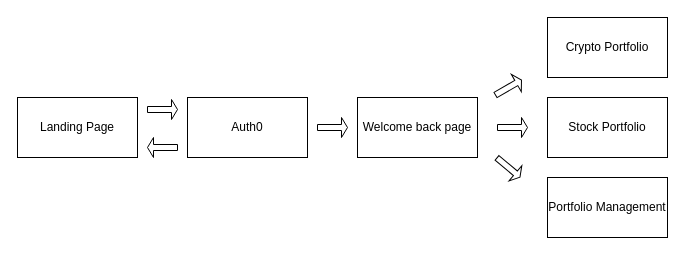
Above: plan/page-structure.drawio in TedPhillips1/portfolio-tracker (draw.io), before the change. Source tidied: cells renumbered, new cells numbered last; positions are measured from the earlier drawing's top-left corner, leaving out a move shared by most shapes. Both pictures are drawn from the tidied source at 100%, with x=0, y=0 at pixel (17, 17).
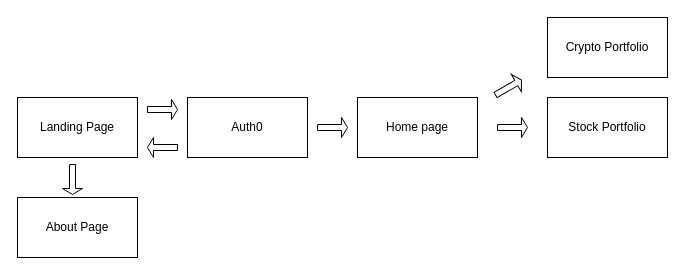
After the change.

Commit message:
page structure updated

The edit, as a diff of the source:
```diff
@@
 <mxGraphModel>
   <root>
     <mxCell id="0" />
     <mxCell id="1" parent="0" />
     <mxCell id="2" value="Landing Page" style="rounded=0;whiteSpace=wrap;html=1;" parent="1" vertex="1">
       <mxGeometry y="80" width="120" height="60" as="geometry" />
     </mxCell>
     <mxCell id="3" style="shape=singleArrow;whiteSpace=wrap;html=1;" parent="1" vertex="1">
       <mxGeometry x="130" y="82" width="30" height="20" as="geometry" />
     </mxCell>
     <mxCell id="4" value="Auth0" style="rounded=0;whiteSpace=wrap;html=1;" parent="1" vertex="1">
       <mxGeometry x="170" y="80" width="120" height="60" as="geometry" />
     </mxCell>
     <mxCell id="5" style="shape=singleArrow;whiteSpace=wrap;html=1;" parent="1" vertex="1">
       <mxGeometry x="300" y="100" width="30" height="20" as="geometry" />
     </mxCell>
     <mxCell id="6" style="shape=singleArrow;whiteSpace=wrap;html=1;rotation=-180;" parent="1" vertex="1">
       <mxGeometry x="130" y="120" width="30" height="20" as="geometry" />
     </mxCell>
-    <mxCell id="7" value="Welcome back page" style="rounded=0;whiteSpace=wrap;html=1;" parent="1" vertex="1">
+    <mxCell id="7" value="Home page" style="rounded=0;whiteSpace=wrap;html=1;" parent="1" vertex="1">
       <mxGeometry x="340" y="80" width="120" height="60" as="geometry" />
     </mxCell>
     <mxCell id="8" value="Crypto Portfolio" style="rounded=0;whiteSpace=wrap;html=1;" parent="1" vertex="1">
       <mxGeometry x="530" width="120" height="60" as="geometry" />
     </mxCell>
     <mxCell id="9" style="shape=singleArrow;whiteSpace=wrap;html=1;rotation=-30;" parent="1" vertex="1">
       <mxGeometry x="476" y="60" width="30" height="20" as="geometry" />
     </mxCell>
     <mxCell id="10" style="shape=singleArrow;whiteSpace=wrap;html=1;" parent="1" vertex="1">
       <mxGeometry x="480" y="100" width="30" height="20" as="geometry" />
     </mxCell>
-    <mxCell id="11" style="shape=singleArrow;whiteSpace=wrap;html=1;rotation=40;" parent="1" vertex="1">
-      <mxGeometry x="476" y="140" width="30" height="20" as="geometry" />
-    </mxCell>
     <mxCell id="12" value="Stock Portfolio" style="rounded=0;whiteSpace=wrap;html=1;" parent="1" vertex="1">
       <mxGeometry x="530" y="80" width="120" height="60" as="geometry" />
     </mxCell>
-    <mxCell id="13" value="Portfolio Management" style="rounded=0;whiteSpace=wrap;html=1;" parent="1" vertex="1">
-      <mxGeometry x="530" y="160" width="120" height="60" as="geometry" />
-    </mxCell>
+    <mxCell id="14" style="shape=singleArrow;whiteSpace=wrap;html=1;rotation=90;" parent="1" vertex="1">
+      <mxGeometry x="40" y="152" width="30" height="20" as="geometry" />
+    </mxCell>
+    <mxCell id="15" value="About Page" style="rounded=0;whiteSpace=wrap;html=1;" parent="1" vertex="1">
+      <mxGeometry y="180" width="120" height="60" as="geometry" />
+    </mxCell>
   </root>
 </mxGraphModel>
```
